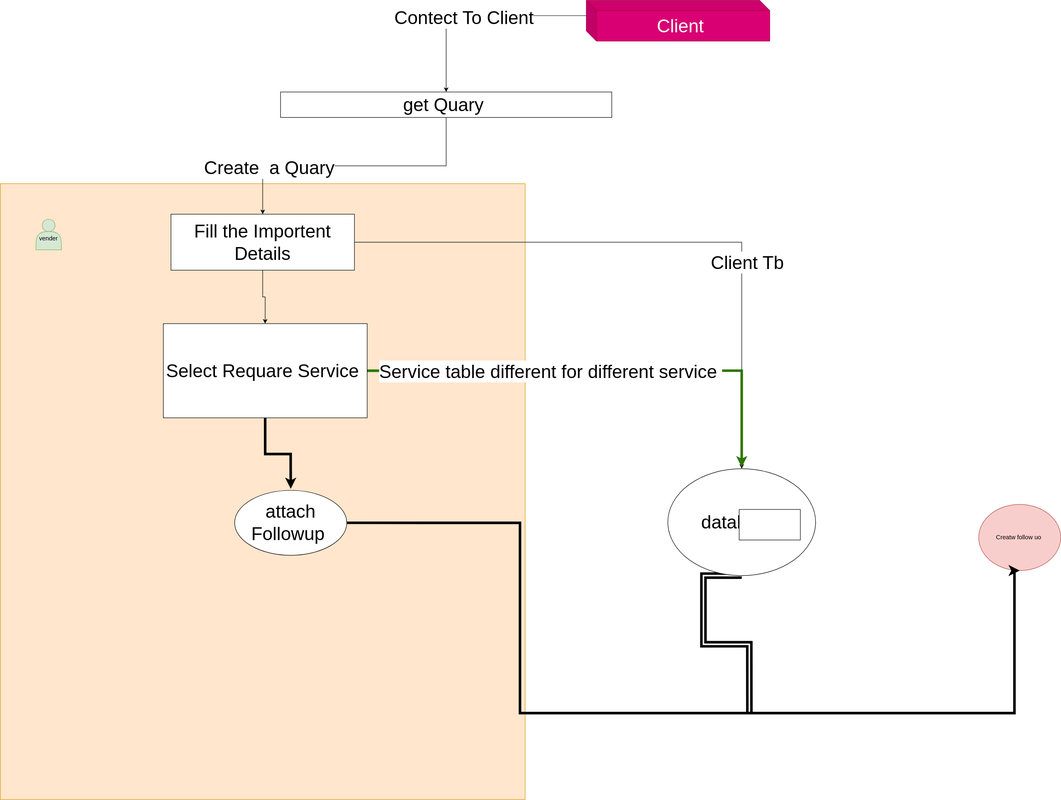
The draw.io diagram Untitled Diagram.drawio.svg in vijay-singh-shekhawat/c, before a commit. Source tidied: cells renumbered, new cells last; positions are measured from the earlier drawing's top-left corner, leaving out a move shared by most shapes.
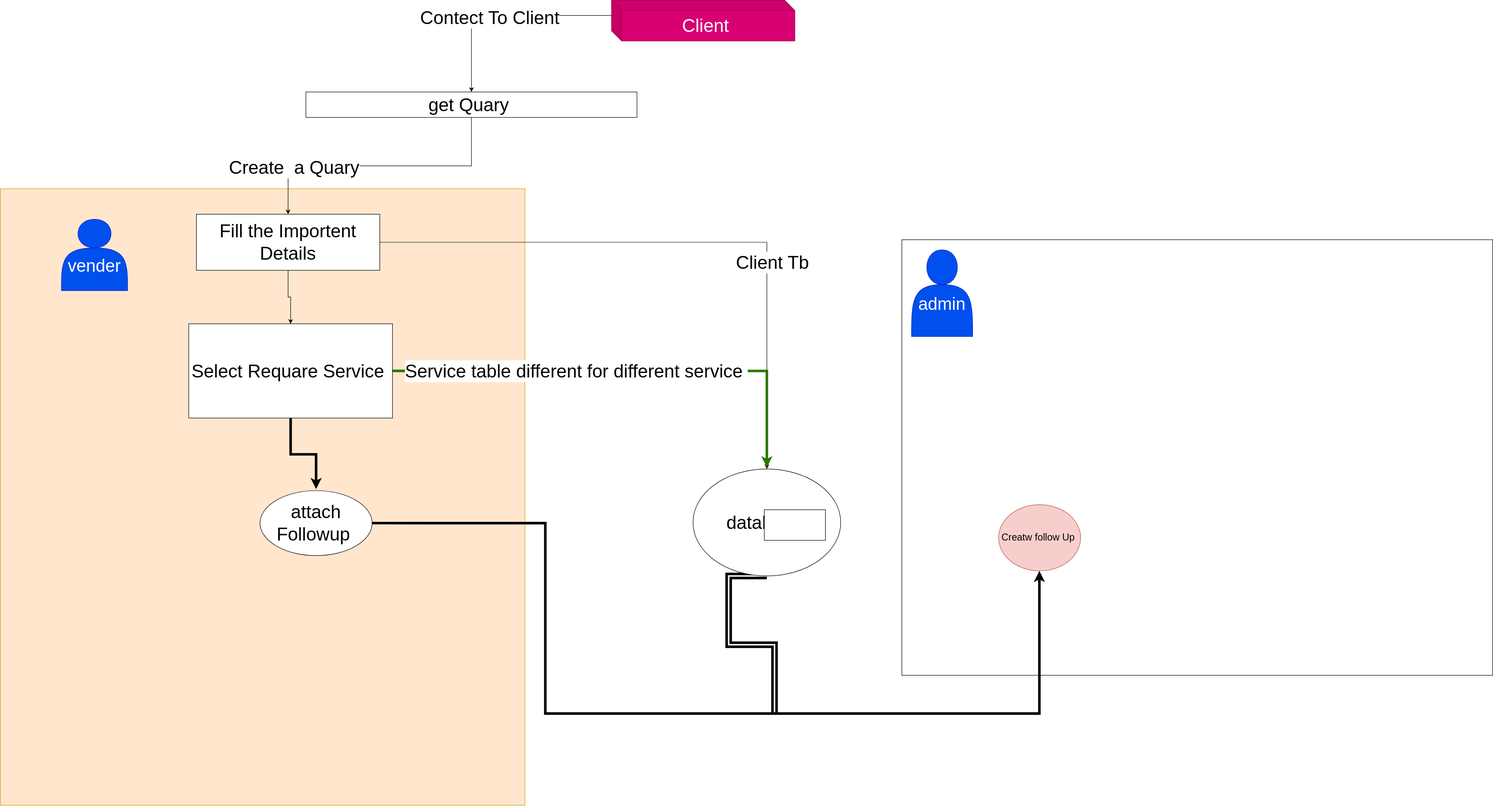
After the change.

What changed in the source:
```diff
@@ -3,13 +3,10 @@
     <mxCell id="0" />
     <mxCell id="1" parent="0" />
     <mxCell id="2" style="rounded=0;whiteSpace=wrap;html=1;fillColor=#ffe6cc;strokeColor=#d79b00;" parent="1" vertex="1">
-      <mxGeometry y="360" width="1030" height="1210" as="geometry" />
+      <mxGeometry x="-50" y="370" width="1030" height="1210" as="geometry" />
     </mxCell>
-    <mxCell id="3" value="Creatw follow uo&amp;nbsp;" style="ellipse;whiteSpace=wrap;html=1;fillColor=#f8cecc;strokeColor=#b85450;" parent="1" vertex="1">
-      <mxGeometry x="1920" y="990" width="161" height="130" as="geometry" />
-    </mxCell>
-    <mxCell id="4" value="&lt;br&gt;vender" style="shape=actor;whiteSpace=wrap;html=1;fillColor=#d5e8d4;strokeColor=#82b366;" parent="1" vertex="1">
-      <mxGeometry x="70" y="430" width="50" height="60" as="geometry" />
+    <mxCell id="4" value="&lt;font style=&quot;font-size: 34px&quot;&gt;&lt;br&gt;vender&lt;/font&gt;" style="shape=actor;whiteSpace=wrap;html=1;fillColor=#0050ef;strokeColor=#001DBC;fontColor=#ffffff;" parent="1" vertex="1">
+      <mxGeometry x="70" y="430" width="130" height="140" as="geometry" />
     </mxCell>
     <mxCell id="5" style="edgeStyle=orthogonalEdgeStyle;rounded=0;jettySize=auto;html=1;exitX=0;exitY=0;exitDx=0;exitDy=30;exitPerimeter=0;entryX=0.5;entryY=0;entryDx=0;entryDy=0;fontSize=36;" parent="1" edge="1" source="7" target="10">
       <mxGeometry relative="1" as="geometry" />
@@ -74,21 +71,30 @@
     <mxCell id="20" value="Select Requare Service&amp;nbsp;" style="whiteSpace=wrap;html=1;fontSize=36;rounded=0;" parent="1" vertex="1">
       <mxGeometry x="320" y="635" width="400" height="185" as="geometry" />
     </mxCell>
-    <mxCell id="21" style="edgeStyle=orthogonalEdgeStyle;rounded=0;jettySize=auto;html=1;exitX=1;exitY=0.5;exitDx=0;exitDy=0;fontSize=36;targetPerimeterSpacing=3;strokeWidth=5;entryX=0.5;entryY=1;entryDx=0;entryDy=0;" parent="1" edge="1" source="22" target="3">
-      <mxGeometry relative="1" as="geometry">
-        <Array as="points">
-          <mxPoint x="1020" y="1026" />
-          <mxPoint x="1020" y="1400" />
-          <mxPoint x="1990" y="1400" />
-          <mxPoint x="1990" y="1120" />
-        </Array>
-      </mxGeometry>
-    </mxCell>
     <mxCell id="22" value="attach Followup&amp;nbsp;" style="ellipse;whiteSpace=wrap;html=1;fontSize=36;rounded=0;" parent="1" vertex="1">
       <mxGeometry x="460" y="962.5" width="220" height="127.5" as="geometry" />
     </mxCell>
     <mxCell id="23" style="rounded=0;whiteSpace=wrap;html=1;fontSize=36;" parent="1" vertex="1">
       <mxGeometry x="1450" y="1000" width="120" height="60" as="geometry" />
     </mxCell>
+    <mxCell id="24" style="rounded=0;whiteSpace=wrap;html=1;fontSize=19;" parent="1" vertex="1">
+      <mxGeometry x="1720" y="470" width="1160" height="855" as="geometry" />
+    </mxCell>
+    <mxCell id="3" value="&lt;font style=&quot;font-size: 19px&quot;&gt;Creatw follow Up&amp;nbsp;&lt;/font&gt;" style="ellipse;whiteSpace=wrap;html=1;fillColor=#f8cecc;strokeColor=#b85450;" parent="1" vertex="1">
+      <mxGeometry x="1910" y="990" width="161" height="130" as="geometry" />
+    </mxCell>
+    <mxCell id="21" style="edgeStyle=orthogonalEdgeStyle;rounded=0;jettySize=auto;html=1;exitX=1;exitY=0.5;exitDx=0;exitDy=0;fontSize=36;targetPerimeterSpacing=3;strokeWidth=5;entryX=0.5;entryY=1;entryDx=0;entryDy=0;" parent="1" edge="1" source="22" target="3">
+      <mxGeometry relative="1" as="geometry">
+        <Array as="points">
+          <mxPoint x="1020" y="1026" />
+          <mxPoint x="1020" y="1400" />
+          <mxPoint x="1990" y="1400" />
+          <mxPoint x="1990" y="1120" />
+        </Array>
+      </mxGeometry>
+    </mxCell>
+    <mxCell id="25" value="&lt;br&gt;admin" style="shape=actor;whiteSpace=wrap;html=1;fontSize=34;fillColor=#0050ef;fontColor=#ffffff;strokeColor=#001DBC;" parent="1" vertex="1">
+      <mxGeometry x="1739" y="490" width="120" height="170" as="geometry" />
+    </mxCell>
   </root>
 </mxGraphModel>
```
